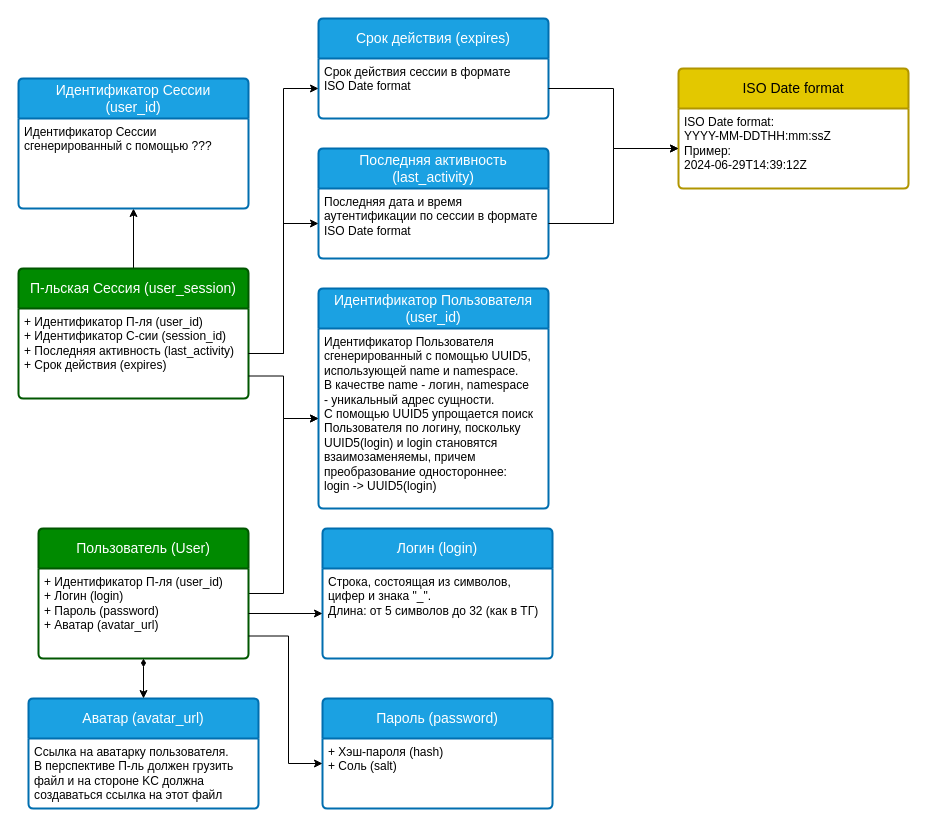
This is src/fullstack-fast-api/docs/entities.drawio from TimurRahimov/Kate-Connect, a draw.io file, before an edit. Source tidied: cells renumbered, new cells numbered last; positions are measured from the earlier drawing's top-left corner, leaving out a move shared by most shapes. Both pictures are drawn from the tidied source at 100%, with x=0, y=0 at pixel (18, 18).
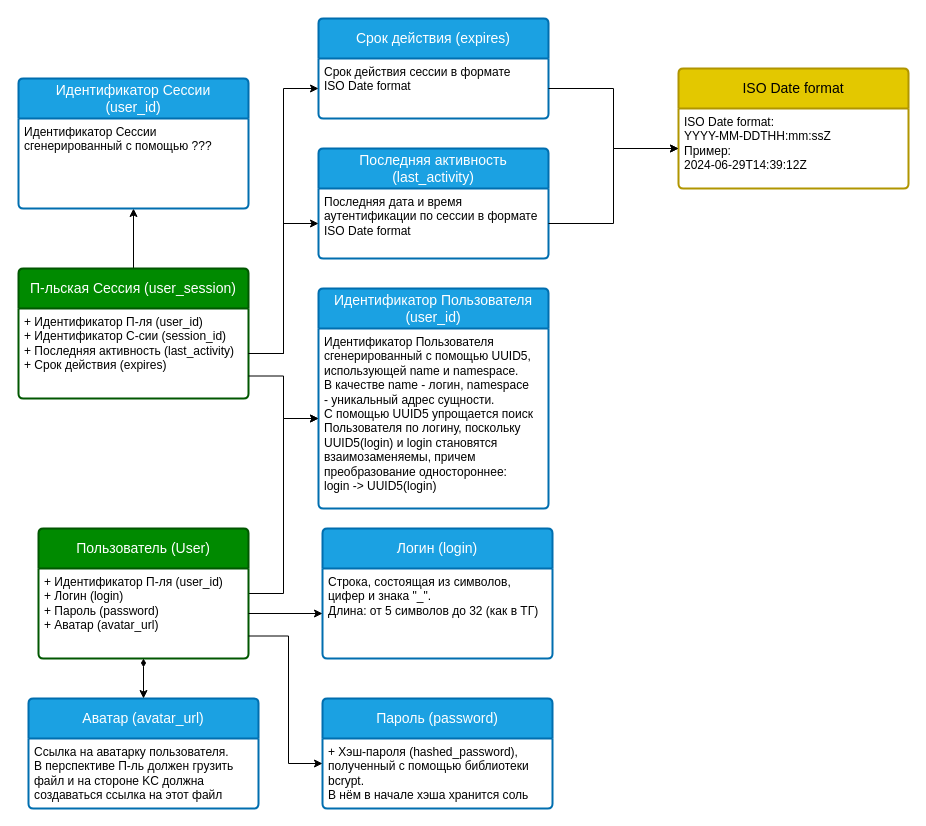
Above is the later version.

Commit message (it also covers changes not shown here):
[KC-4] Изменено описание сущности Пароль, в которой прописана реализация хэша

The change refers to these unchanged cells:
```xml
<mxCell id="5" value="Пароль (password)" style="swimlane;horizontal=1;startSize=40;rounded=1;fontSize=14;fontStyle=0;strokeWidth=2;shadow=0;dashed=0;align=center;arcSize=4;whiteSpace=wrap;html=1;fillColor=#1ba1e2;fontColor=#ffffff;strokeColor=#006EAF;" parent="1" vertex="1">
  <mxGeometry x="304" y="680" width="230" height="110" as="geometry" />
</mxCell>
```

What changed in the source:
```diff
@@
-    <mxCell id="6" value="+ Хэш-пароля (hash)&lt;br&gt;+ Соль (salt)" style="align=left;strokeColor=none;fillColor=none;spacingLeft=4;fontSize=12;verticalAlign=top;html=1;" parent="5" vertex="1">
+    <mxCell id="6" value="+ Хэш-пароля (hashed_password), &lt;br&gt;полученный с&amp;nbsp;помощью библиотеки &lt;br&gt;bcrypt. &lt;br&gt;В нём в начале хэша хранится соль" style="align=left;strokeColor=none;fillColor=none;spacingLeft=4;fontSize=12;verticalAlign=top;html=1;" parent="5" vertex="1">
       <mxGeometry y="40" width="230" height="70" as="geometry" />
     </mxCell>
```
